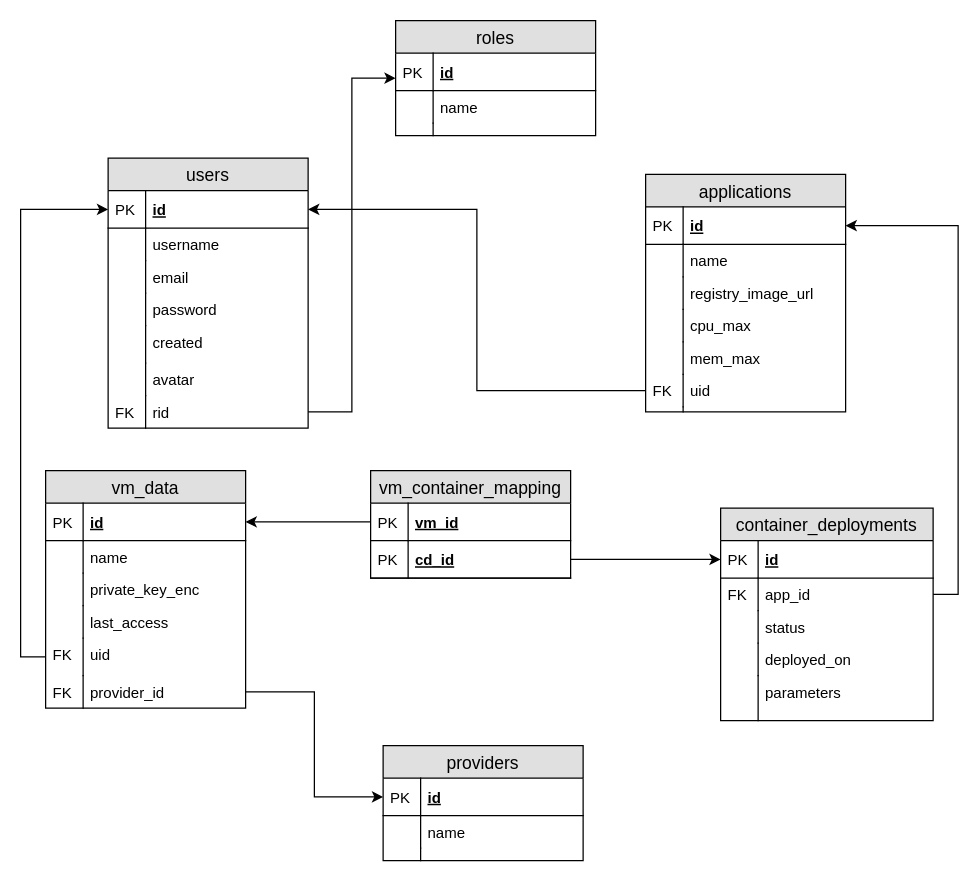
The draw.io diagram project_artifacts/diagrams/er/CMS-ER.drawio in anilgauda/hybrid-cloud-container-mgmt, before the edit. Source tidied: cells renumbered, new cells numbered last; positions are measured from the earlier drawing's top-left corner, leaving out a move shared by most shapes. Both pictures are drawn from the tidied source at 125%, with x=0, y=0 at pixel (45, 20).
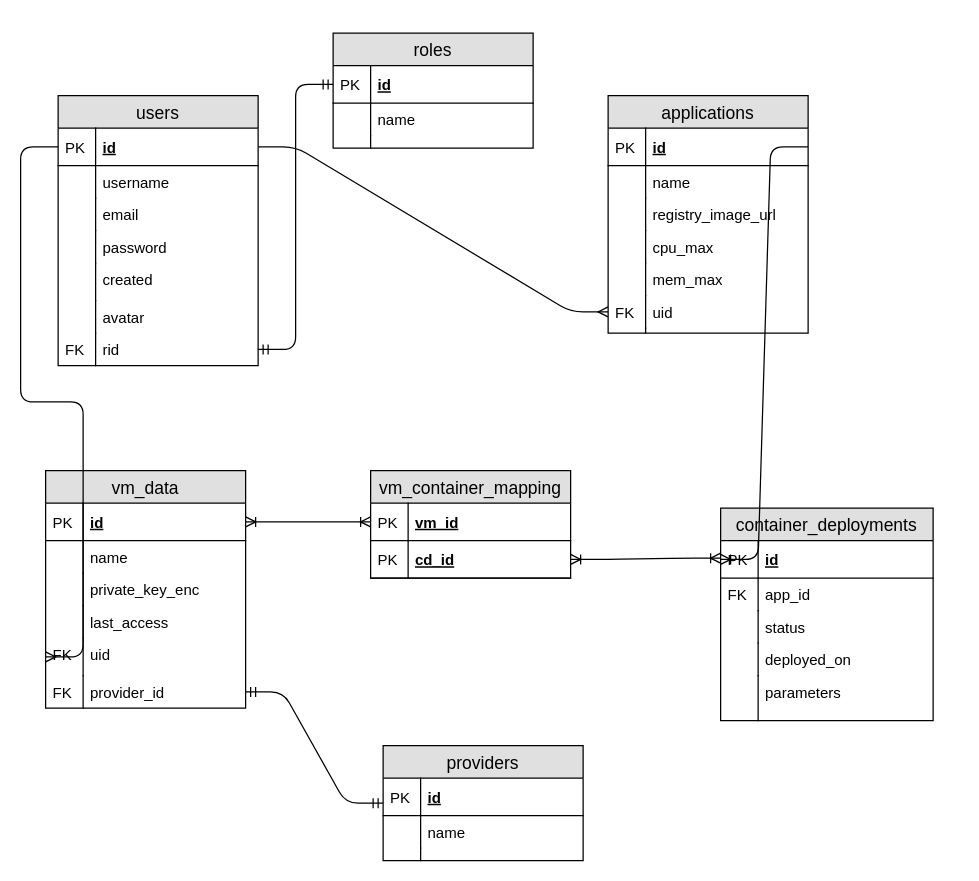
After the change.

The change refers to these unchanged cells:
```xml
<mxCell id="3" value="id" style="shape=partialRectangle;top=0;left=0;right=0;bottom=1;align=left;verticalAlign=middle;fillColor=none;spacingLeft=34;spacingRight=4;overflow=hidden;points=[[0,0.5],[1,0.5]];portConstraint=eastwest;fontStyle=5;fontSize=12;" parent="2" vertex="1">
  <mxGeometry y="26" width="160" height="30" as="geometry" />
</mxCell>
<mxCell id="15" value="rid" style="shape=partialRectangle;top=0;left=0;right=0;bottom=0;align=left;verticalAlign=top;fillColor=none;spacingLeft=34;spacingRight=4;overflow=hidden;points=[[0,0.5],[1,0.5]];portConstraint=eastwest;fontSize=12;" parent="2" vertex="1">
  <mxGeometry y="190" width="160" height="26" as="geometry" />
</mxCell>
<mxCell id="18" value="id" style="shape=partialRectangle;top=0;left=0;right=0;bottom=1;align=left;verticalAlign=middle;fillColor=none;spacingLeft=34;spacingRight=4;overflow=hidden;points=[[0,0.5],[1,0.5]];portConstraint=eastwest;fontStyle=5;fontSize=12;" parent="17" vertex="1">
  <mxGeometry y="26" width="160" height="30" as="geometry" />
</mxCell>
<mxCell id="26" value="id" style="shape=partialRectangle;top=0;left=0;right=0;bottom=1;align=left;verticalAlign=middle;fillColor=none;spacingLeft=34;spacingRight=4;overflow=hidden;points=[[0,0.5],[1,0.5]];portConstraint=eastwest;fontStyle=5;fontSize=12;" parent="25" vertex="1">
  <mxGeometry y="26" width="160" height="30" as="geometry" />
</mxCell>
<mxCell id="36" value="uid" style="shape=partialRectangle;top=0;left=0;right=0;bottom=0;align=left;verticalAlign=top;fillColor=none;spacingLeft=34;spacingRight=4;overflow=hidden;points=[[0,0.5],[1,0.5]];portConstraint=eastwest;fontSize=12;" parent="25" vertex="1">
  <mxGeometry y="160" width="160" height="26" as="geometry" />
</mxCell>
<mxCell id="42" value="id" style="shape=partialRectangle;top=0;left=0;right=0;bottom=1;align=left;verticalAlign=middle;fillColor=none;spacingLeft=34;spacingRight=4;overflow=hidden;points=[[0,0.5],[1,0.5]];portConstraint=eastwest;fontStyle=5;fontSize=12;" parent="41" vertex="1">
  <mxGeometry y="26" width="160" height="30" as="geometry" />
</mxCell>
<mxCell id="50" value="uid" style="shape=partialRectangle;top=0;left=0;right=0;bottom=0;align=left;verticalAlign=top;fillColor=none;spacingLeft=34;spacingRight=4;overflow=hidden;points=[[0,0.5],[1,0.5]];portConstraint=eastwest;fontSize=12;" parent="41" vertex="1">
  <mxGeometry y="134" width="160" height="30" as="geometry" />
</mxCell>
<mxCell id="52" value="provider_id" style="shape=partialRectangle;top=0;left=0;right=0;bottom=0;align=left;verticalAlign=top;fillColor=none;spacingLeft=34;spacingRight=4;overflow=hidden;points=[[0,0.5],[1,0.5]];portConstraint=eastwest;fontSize=12;" parent="41" vertex="1">
  <mxGeometry y="164" width="160" height="26" as="geometry" />
</mxCell>
<mxCell id="56" value="id" style="shape=partialRectangle;top=0;left=0;right=0;bottom=1;align=left;verticalAlign=middle;fillColor=none;spacingLeft=34;spacingRight=4;overflow=hidden;points=[[0,0.5],[1,0.5]];portConstraint=eastwest;fontStyle=5;fontSize=12;" parent="55" vertex="1">
  <mxGeometry y="26" width="170" height="30" as="geometry" />
</mxCell>
<mxCell id="58" value="app_id" style="shape=partialRectangle;top=0;left=0;right=0;bottom=0;align=left;verticalAlign=top;fillColor=none;spacingLeft=34;spacingRight=4;overflow=hidden;points=[[0,0.5],[1,0.5]];portConstraint=eastwest;fontSize=12;" parent="55" vertex="1">
  <mxGeometry y="56" width="170" height="26" as="geometry" />
</mxCell>
<mxCell id="68" value="id" style="shape=partialRectangle;top=0;left=0;right=0;bottom=1;align=left;verticalAlign=middle;fillColor=none;spacingLeft=34;spacingRight=4;overflow=hidden;points=[[0,0.5],[1,0.5]];portConstraint=eastwest;fontStyle=5;fontSize=12;" parent="67" vertex="1">
  <mxGeometry y="26" width="160" height="30" as="geometry" />
</mxCell>
<mxCell id="76" value="vm_id" style="shape=partialRectangle;top=0;left=0;right=0;bottom=1;align=left;verticalAlign=middle;fillColor=none;spacingLeft=34;spacingRight=4;overflow=hidden;points=[[0,0.5],[1,0.5]];portConstraint=eastwest;fontStyle=5;fontSize=12;" parent="75" vertex="1">
  <mxGeometry y="26" width="160" height="30" as="geometry" />
</mxCell>
<mxCell id="78" value="cd_id" style="shape=partialRectangle;top=0;left=0;right=0;bottom=1;align=left;verticalAlign=middle;fillColor=none;spacingLeft=34;spacingRight=4;overflow=hidden;points=[[0,0.5],[1,0.5]];portConstraint=eastwest;fontStyle=5;fontSize=12;" parent="75" vertex="1">
  <mxGeometry y="56" width="160" height="30" as="geometry" />
</mxCell>
```

Change to the diagram source:
```diff
@@
     <mxCell id="2" value="users" style="swimlane;fontStyle=0;horizontal=1;startSize=26;fillColor=#e0e0e0;swimlaneFillColor=#ffffff;align=center;fontSize=14;" parent="1" vertex="1">
-      <mxGeometry x="50" y="110" width="160" height="216" as="geometry" />
+      <mxGeometry x="10" y="60" width="160" height="216" as="geometry" />
     </mxCell>
@@
     <mxCell id="17" value="roles" style="swimlane;fontStyle=0;horizontal=1;startSize=26;fillColor=#e0e0e0;swimlaneFillColor=#ffffff;align=center;fontSize=14;" parent="1" vertex="1">
-      <mxGeometry x="280" width="160" height="92" as="geometry" />
+      <mxGeometry x="230" y="10" width="160" height="92" as="geometry" />
     </mxCell>
@@
-    <mxCell id="24" style="edgeStyle=orthogonalEdgeStyle;rounded=0;jettySize=auto;html=1;exitX=1;exitY=0.5;exitDx=0;exitDy=0;entryX=0;entryY=0.5;entryDx=0;entryDy=0;" parent="1" edge="1" source="15" target="17">
-      <mxGeometry relative="1" as="geometry" />
-    </mxCell>
     <mxCell id="25" value="applications" style="swimlane;fontStyle=0;horizontal=1;startSize=26;fillColor=#e0e0e0;swimlaneFillColor=#ffffff;align=center;fontSize=14;" parent="1" vertex="1">
-      <mxGeometry x="480" y="123" width="160" height="190" as="geometry" />
+      <mxGeometry x="450" y="60" width="160" height="190" as="geometry" />
     </mxCell>
@@
-    <mxCell id="40" style="edgeStyle=orthogonalEdgeStyle;rounded=0;jettySize=auto;html=1;exitX=0;exitY=0.5;exitDx=0;exitDy=0;entryX=1;entryY=0.5;entryDx=0;entryDy=0;" parent="1" edge="1" source="36" target="3">
-      <mxGeometry relative="1" as="geometry" />
-    </mxCell>
@@
-    <mxCell id="54" style="edgeStyle=orthogonalEdgeStyle;rounded=0;jettySize=auto;html=1;exitX=0;exitY=0.5;exitDx=0;exitDy=0;entryX=0;entryY=0.5;entryDx=0;entryDy=0;" parent="1" edge="1" source="50" target="3">
-      <mxGeometry relative="1" as="geometry" />
-    </mxCell>
@@
-    <mxCell id="66" style="edgeStyle=orthogonalEdgeStyle;rounded=0;jettySize=auto;html=1;exitX=1;exitY=0.5;exitDx=0;exitDy=0;entryX=1;entryY=0.5;entryDx=0;entryDy=0;" parent="1" edge="1" source="58" target="26">
-      <mxGeometry relative="1" as="geometry" />
-    </mxCell>
@@
-    <mxCell id="74" style="edgeStyle=orthogonalEdgeStyle;rounded=0;jettySize=auto;html=1;entryX=0;entryY=0.5;entryDx=0;entryDy=0;startSize=26;exitX=1;exitY=0.5;exitDx=0;exitDy=0;" parent="1" edge="1" source="52" target="68">
-      <mxGeometry relative="1" as="geometry" />
-    </mxCell>
@@
-    <mxCell id="80" style="edgeStyle=orthogonalEdgeStyle;rounded=0;jettySize=auto;html=1;exitX=0;exitY=0.5;exitDx=0;exitDy=0;entryX=1;entryY=0.5;entryDx=0;entryDy=0;startSize=26;" parent="1" edge="1" source="76" target="42">
-      <mxGeometry relative="1" as="geometry" />
-    </mxCell>
-    <mxCell id="81" style="edgeStyle=orthogonalEdgeStyle;rounded=0;jettySize=auto;html=1;exitX=1;exitY=0.5;exitDx=0;exitDy=0;entryX=0;entryY=0.5;entryDx=0;entryDy=0;startSize=26;" parent="1" edge="1" source="78" target="56">
-      <mxGeometry relative="1" as="geometry" />
-    </mxCell>
+    <mxCell id="82" style="edgeStyle=entityRelationEdgeStyle;fontSize=12;html=1;endArrow=ERmandOne;startArrow=ERmandOne;entryX=0;entryY=0.5;entryDx=0;entryDy=0;exitX=1;exitY=0.5;exitDx=0;exitDy=0;" parent="1" edge="1" source="15" target="18">
+      <mxGeometry relative="1" as="geometry" />
+    </mxCell>
+    <mxCell id="83" style="edgeStyle=entityRelationEdgeStyle;fontSize=12;html=1;endArrow=ERmany;exitX=1;exitY=0.5;exitDx=0;exitDy=0;entryX=0;entryY=0.5;entryDx=0;entryDy=0;" parent="1" edge="1" source="3" target="36">
+      <mxGeometry relative="1" as="geometry" />
+    </mxCell>
+    <mxCell id="84" style="edgeStyle=entityRelationEdgeStyle;fontSize=12;html=1;endArrow=ERmany;entryX=0;entryY=0.5;entryDx=0;entryDy=0;" parent="1" edge="1" source="3" target="50">
+      <mxGeometry relative="1" as="geometry" />
+    </mxCell>
+    <mxCell id="85" style="edgeStyle=entityRelationEdgeStyle;fontSize=12;html=1;endArrow=ERmandOne;startArrow=ERmandOne;exitX=1;exitY=0.5;exitDx=0;exitDy=0;" parent="1" edge="1" source="52">
+      <mxGeometry relative="1" as="geometry">
+        <mxPoint x="270" y="626" as="targetPoint" />
+      </mxGeometry>
+    </mxCell>
+    <mxCell id="86" style="edgeStyle=entityRelationEdgeStyle;fontSize=12;html=1;endArrow=ERoneToMany;startArrow=ERoneToMany;exitX=1;exitY=0.5;exitDx=0;exitDy=0;" parent="1" edge="1" source="78">
+      <mxGeometry relative="1" as="geometry">
+        <mxPoint x="540" y="430" as="targetPoint" />
+      </mxGeometry>
+    </mxCell>
+    <mxCell id="87" style="edgeStyle=entityRelationEdgeStyle;fontSize=12;html=1;endArrow=ERoneToMany;startArrow=ERoneToMany;exitX=1;exitY=0.5;exitDx=0;exitDy=0;entryX=0;entryY=0.5;entryDx=0;entryDy=0;" parent="1" edge="1" source="42" target="76">
+      <mxGeometry relative="1" as="geometry" />
+    </mxCell>
+    <mxCell id="88" style="edgeStyle=entityRelationEdgeStyle;fontSize=12;html=1;endArrow=ERoneToMany;exitX=1;exitY=0.5;exitDx=0;exitDy=0;entryX=0;entryY=0.5;entryDx=0;entryDy=0;" parent="1" edge="1" source="26" target="56">
+      <mxGeometry relative="1" as="geometry" />
+    </mxCell>
```
